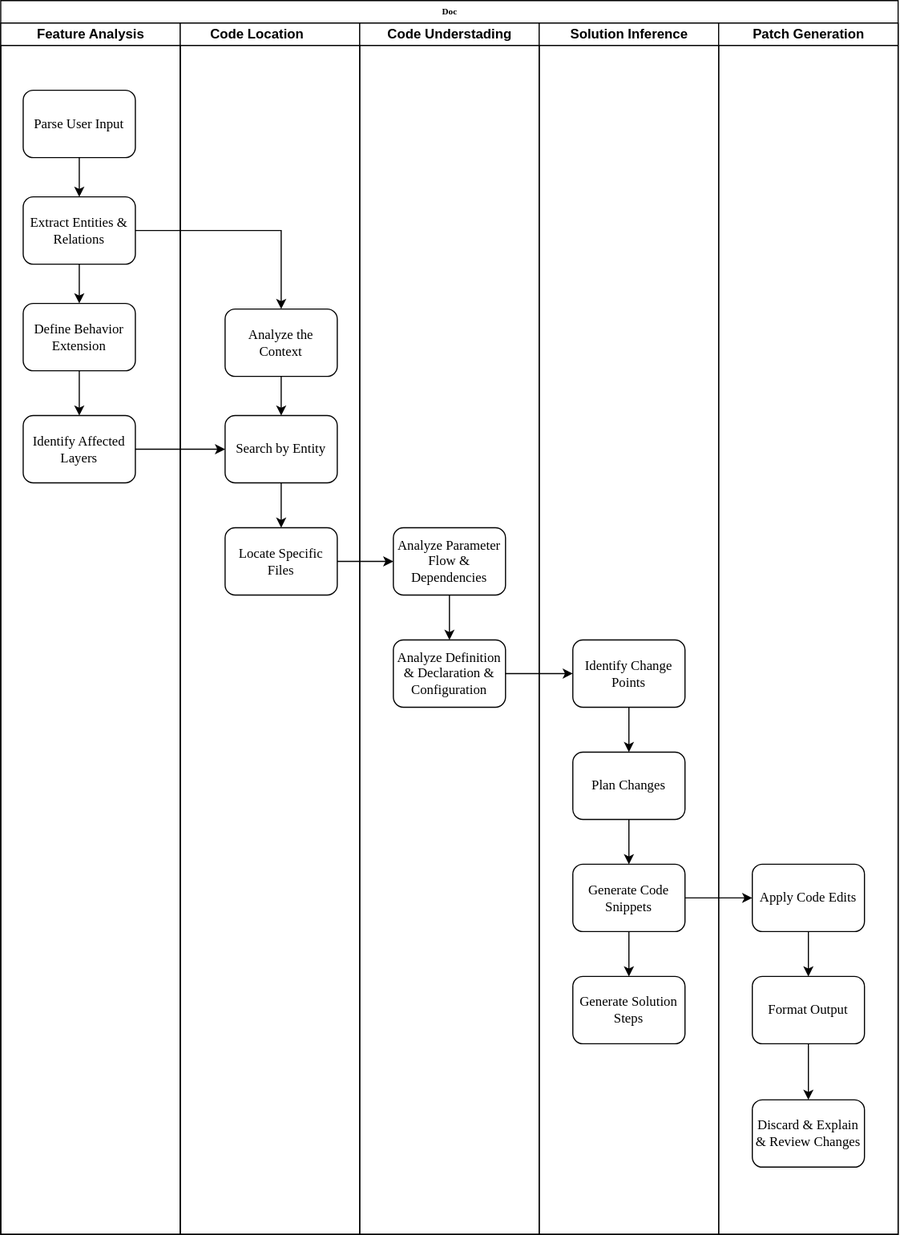
This is doc.svg from BullFrogDianDian/SoftEngineer, a draw.io export, as it was before one commit. Source tidied: cells renumbered, new cells last; positions are measured from the earlier drawing's top-left corner, leaving out a move shared by most shapes.
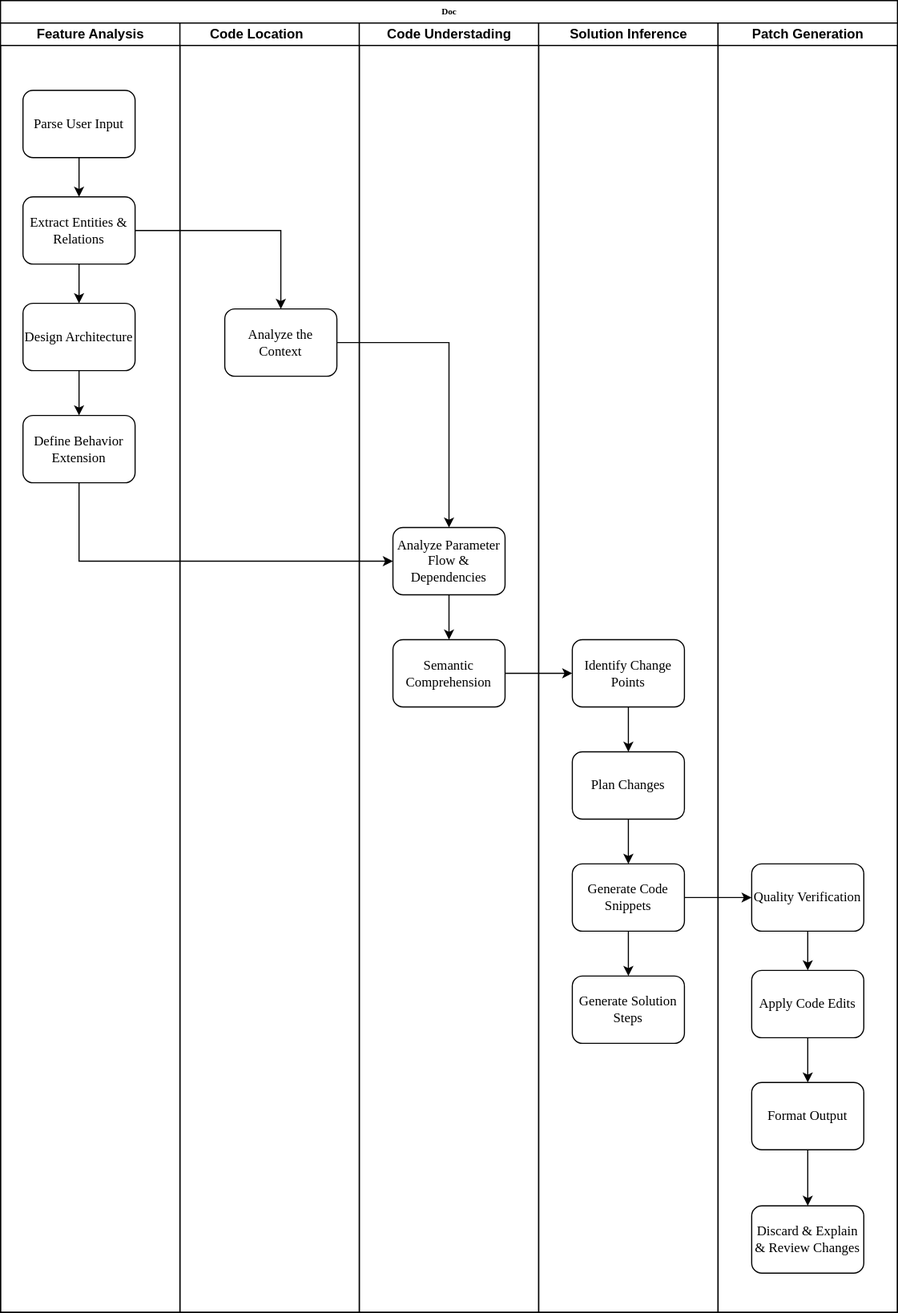
The same diagram one commit later.

The edit, as a diff of the source:
```diff
@@ -3,10 +3,10 @@
     <mxCell id="0" />
     <mxCell id="1" parent="0" />
     <mxCell id="2" value="Doc" style="swimlane;html=1;startSize=20;rounded=0;shadow=0;labelBackgroundColor=none;strokeWidth=1;fontFamily=Verdana;fontSize=8;align=center;" parent="1" vertex="1">
-      <mxGeometry width="800" height="1100" as="geometry" />
+      <mxGeometry width="800" height="1170" as="geometry" />
     </mxCell>
     <mxCell id="3" value="Feature Analysis" style="swimlane;html=1;startSize=20;" parent="2" vertex="1">
-      <mxGeometry y="20" width="160" height="1080" as="geometry" />
+      <mxGeometry y="20" width="160" height="1150" as="geometry" />
     </mxCell>
     <mxCell id="4" style="edgeStyle=orthogonalEdgeStyle;rounded=0;jettySize=auto;html=1;curved=0;endSize=6;startSize=6;" parent="3" edge="1" source="5" target="7">
       <mxGeometry relative="1" as="geometry" />
@@ -23,32 +23,20 @@
     <mxCell id="8" style="edgeStyle=orthogonalEdgeStyle;rounded=0;jettySize=auto;html=1;endSize=6;startSize=6;curved=0;" parent="3" edge="1" source="9" target="10">
       <mxGeometry relative="1" as="geometry" />
     </mxCell>
-    <mxCell id="9" value="&lt;font style=&quot;font-size: 12px;&quot;&gt;Define Behavior Extension&lt;/font&gt;" style="rounded=1;whiteSpace=wrap;html=1;shadow=0;labelBackgroundColor=none;strokeWidth=1;fontFamily=Verdana;fontSize=8;align=center;" parent="3" vertex="1">
+    <mxCell id="9" value="&lt;span style=&quot;font-size: 12px;&quot;&gt;Design Architecture&lt;/span&gt;" style="rounded=1;whiteSpace=wrap;html=1;shadow=0;labelBackgroundColor=none;strokeWidth=1;fontFamily=Verdana;fontSize=8;align=center;" parent="3" vertex="1">
       <mxGeometry x="20" y="250" width="100" height="60" as="geometry" />
     </mxCell>
-    <mxCell id="10" value="&lt;font style=&quot;font-size: 12px;&quot;&gt;Identify Affected Layers&lt;/font&gt;" style="rounded=1;whiteSpace=wrap;html=1;shadow=0;labelBackgroundColor=none;strokeWidth=1;fontFamily=Verdana;fontSize=8;align=center;" parent="3" vertex="1">
+    <mxCell id="10" value="&lt;span style=&quot;font-size: 12px;&quot;&gt;Define Behavior Extension&lt;/span&gt;" style="rounded=1;whiteSpace=wrap;html=1;shadow=0;labelBackgroundColor=none;strokeWidth=1;fontFamily=Verdana;fontSize=8;align=center;" parent="3" vertex="1">
       <mxGeometry x="20" y="350" width="100" height="60" as="geometry" />
     </mxCell>
     <mxCell id="11" value="Code Location&lt;span style=&quot;white-space: pre;&quot;&gt;&#9;&lt;/span&gt;" style="swimlane;html=1;startSize=20;" parent="2" vertex="1">
-      <mxGeometry x="160" y="20" width="160" height="1080" as="geometry" />
+      <mxGeometry x="160" y="20" width="160" height="1150" as="geometry" />
     </mxCell>
-    <mxCell id="12" style="edgeStyle=orthogonalEdgeStyle;rounded=0;jettySize=auto;html=1;" parent="11" edge="1" source="13" target="14">
-      <mxGeometry relative="1" as="geometry" />
-    </mxCell>
-    <mxCell id="13" value="&lt;font style=&quot;font-size: 12px;&quot;&gt;Search by Entity&lt;/font&gt;" style="rounded=1;whiteSpace=wrap;html=1;shadow=0;labelBackgroundColor=none;strokeWidth=1;fontFamily=Verdana;fontSize=8;align=center;" parent="11" vertex="1">
-      <mxGeometry x="40" y="350" width="100" height="60" as="geometry" />
-    </mxCell>
-    <mxCell id="14" value="&lt;font style=&quot;font-size: 12px;&quot;&gt;Locate Specific Files&lt;/font&gt;" style="rounded=1;whiteSpace=wrap;html=1;shadow=0;labelBackgroundColor=none;strokeWidth=1;fontFamily=Verdana;fontSize=8;align=center;" parent="11" vertex="1">
-      <mxGeometry x="40" y="450" width="100" height="60" as="geometry" />
-    </mxCell>
-    <mxCell id="15" style="edgeStyle=orthogonalEdgeStyle;rounded=0;jettySize=auto;html=1;" parent="11" edge="1" source="16" target="13">
-      <mxGeometry relative="1" as="geometry" />
-    </mxCell>
     <mxCell id="16" value="&lt;span style=&quot;font-size: 12px;&quot;&gt;Analyze the Context&lt;/span&gt;" style="rounded=1;whiteSpace=wrap;html=1;shadow=0;labelBackgroundColor=none;strokeWidth=1;fontFamily=Verdana;fontSize=8;align=center;" parent="11" vertex="1">
       <mxGeometry x="40" y="255" width="100" height="60" as="geometry" />
     </mxCell>
     <mxCell id="17" value="Code Understading" style="swimlane;html=1;startSize=20;" parent="2" vertex="1">
-      <mxGeometry x="320" y="20" width="160" height="1080" as="geometry" />
+      <mxGeometry x="320" y="20" width="160" height="1150" as="geometry" />
     </mxCell>
     <mxCell id="18" style="edgeStyle=orthogonalEdgeStyle;rounded=0;jettySize=auto;html=1;" parent="17" edge="1" source="19" target="20">
       <mxGeometry relative="1" as="geometry" />
@@ -56,11 +44,11 @@
     <mxCell id="19" value="&lt;font style=&quot;font-size: 12px;&quot;&gt;Analyze Parameter Flow &amp;amp; Dependencies&lt;/font&gt;" style="rounded=1;whiteSpace=wrap;html=1;shadow=0;labelBackgroundColor=none;strokeWidth=1;fontFamily=Verdana;fontSize=8;align=center;" parent="17" vertex="1">
       <mxGeometry x="30" y="450" width="100" height="60" as="geometry" />
     </mxCell>
-    <mxCell id="20" value="&lt;font style=&quot;font-size: 12px;&quot;&gt;Analyze Definition &amp;amp; Declaration &amp;amp; Configuration&lt;/font&gt;" style="rounded=1;whiteSpace=wrap;html=1;shadow=0;labelBackgroundColor=none;strokeWidth=1;fontFamily=Verdana;fontSize=8;align=center;" parent="17" vertex="1">
+    <mxCell id="20" value="&lt;span style=&quot;font-size: 12px;&quot;&gt;Semantic Comprehension&lt;/span&gt;" style="rounded=1;whiteSpace=wrap;html=1;shadow=0;labelBackgroundColor=none;strokeWidth=1;fontFamily=Verdana;fontSize=8;align=center;" parent="17" vertex="1">
       <mxGeometry x="30" y="550" width="100" height="60" as="geometry" />
     </mxCell>
     <mxCell id="21" value="Solution Inference" style="swimlane;html=1;startSize=20;" parent="2" vertex="1">
-      <mxGeometry x="480" y="20" width="160" height="1080" as="geometry" />
+      <mxGeometry x="480" y="20" width="160" height="1150" as="geometry" />
     </mxCell>
     <mxCell id="22" style="edgeStyle=orthogonalEdgeStyle;rounded=0;jettySize=auto;html=1;" parent="21" edge="1" source="23" target="25">
       <mxGeometry relative="1" as="geometry" />
@@ -84,26 +72,29 @@
       <mxGeometry x="30" y="850" width="100" height="60" as="geometry" />
     </mxCell>
     <mxCell id="29" value="Patch Generation" style="swimlane;html=1;startSize=20;" parent="2" vertex="1">
-      <mxGeometry x="640" y="20" width="160" height="1080" as="geometry" />
+      <mxGeometry x="640" y="20" width="160" height="1150" as="geometry" />
     </mxCell>
     <mxCell id="30" style="edgeStyle=orthogonalEdgeStyle;rounded=0;jettySize=auto;html=1;" parent="29" edge="1" source="31" target="33">
       <mxGeometry relative="1" as="geometry" />
     </mxCell>
     <mxCell id="31" value="&lt;font style=&quot;font-size: 12px;&quot;&gt;Apply Code Edits&lt;/font&gt;" style="rounded=1;whiteSpace=wrap;html=1;shadow=0;labelBackgroundColor=none;strokeWidth=1;fontFamily=Verdana;fontSize=8;align=center;" parent="29" vertex="1">
-      <mxGeometry x="30" y="750" width="100" height="60" as="geometry" />
+      <mxGeometry x="30" y="845" width="100" height="60" as="geometry" />
     </mxCell>
     <mxCell id="32" style="edgeStyle=orthogonalEdgeStyle;rounded=0;jettySize=auto;html=1;" parent="29" edge="1" source="33" target="34">
       <mxGeometry relative="1" as="geometry" />
     </mxCell>
     <mxCell id="33" value="&lt;font style=&quot;font-size: 12px;&quot;&gt;Format Output&lt;/font&gt;" style="rounded=1;whiteSpace=wrap;html=1;shadow=0;labelBackgroundColor=none;strokeWidth=1;fontFamily=Verdana;fontSize=8;align=center;" parent="29" vertex="1">
-      <mxGeometry x="30" y="850" width="100" height="60" as="geometry" />
+      <mxGeometry x="30" y="945" width="100" height="60" as="geometry" />
     </mxCell>
     <mxCell id="34" value="&lt;font style=&quot;font-size: 12px;&quot;&gt;Discard &amp;amp; Explain &amp;amp; Review Changes&lt;/font&gt;" style="rounded=1;whiteSpace=wrap;html=1;shadow=0;labelBackgroundColor=none;strokeWidth=1;fontFamily=Verdana;fontSize=8;align=center;" parent="29" vertex="1">
-      <mxGeometry x="30" y="960" width="100" height="60" as="geometry" />
+      <mxGeometry x="30" y="1055" width="100" height="60" as="geometry" />
     </mxCell>
-    <mxCell id="35" style="edgeStyle=orthogonalEdgeStyle;rounded=0;jettySize=auto;html=1;" parent="2" edge="1" source="10" target="13">
-      <mxGeometry relative="1" as="geometry" />
-    </mxCell>
+    <mxCell id="40" style="edgeStyle=orthogonalEdgeStyle;rounded=0;jettySize=auto;html=1;" parent="29" edge="1" source="41" target="31">
+      <mxGeometry relative="1" as="geometry" />
+    </mxCell>
+    <mxCell id="41" value="&lt;span style=&quot;font-size: 12px;&quot;&gt;Quality Verification&lt;/span&gt;" style="rounded=1;whiteSpace=wrap;html=1;shadow=0;labelBackgroundColor=none;strokeWidth=1;fontFamily=Verdana;fontSize=8;align=center;" parent="29" vertex="1">
+      <mxGeometry x="30" y="750" width="100" height="60" as="geometry" />
+    </mxCell>
     <mxCell id="36" style="endArrow=classic;html=1;rounded=0;exitX=1;exitY=0.5;exitDx=0;exitDy=0;" parent="2" edge="1" source="7">
       <mxGeometry relative="1" as="geometry">
         <mxPoint x="250" y="275" as="targetPoint" />
@@ -112,14 +103,25 @@
         </Array>
       </mxGeometry>
     </mxCell>
-    <mxCell id="37" style="edgeStyle=orthogonalEdgeStyle;rounded=0;jettySize=auto;html=1;" parent="2" edge="1" source="14" target="19">
-      <mxGeometry relative="1" as="geometry" />
-    </mxCell>
     <mxCell id="38" style="edgeStyle=orthogonalEdgeStyle;rounded=0;jettySize=auto;html=1;" parent="2" edge="1" source="20" target="23">
       <mxGeometry relative="1" as="geometry" />
     </mxCell>
-    <mxCell id="39" style="edgeStyle=orthogonalEdgeStyle;rounded=0;jettySize=auto;html=1;" parent="2" edge="1" source="27" target="31">
-      <mxGeometry relative="1" as="geometry" />
-    </mxCell>
+    <mxCell id="42" style="endArrow=classic;html=1;rounded=0;exitX=0.5;exitY=1;exitDx=0;exitDy=0;entryX=0;entryY=0.5;entryDx=0;entryDy=0;" parent="2" edge="1" source="10" target="19">
+      <mxGeometry relative="1" as="geometry">
+        <Array as="points">
+          <mxPoint x="70" y="500" />
+        </Array>
+      </mxGeometry>
+    </mxCell>
+    <mxCell id="43" style="endArrow=classic;html=1;rounded=0;exitX=1;exitY=0.5;exitDx=0;exitDy=0;entryX=0.5;entryY=0;entryDx=0;entryDy=0;" parent="2" edge="1" source="16" target="19">
+      <mxGeometry relative="1" as="geometry">
+        <Array as="points">
+          <mxPoint x="400" y="305" />
+        </Array>
+      </mxGeometry>
+    </mxCell>
+    <mxCell id="44" style="edgeStyle=orthogonalEdgeStyle;rounded=0;jettySize=auto;html=1;" parent="2" edge="1" source="27" target="41">
+      <mxGeometry relative="1" as="geometry" />
+    </mxCell>
   </root>
 </mxGraphModel>
```
